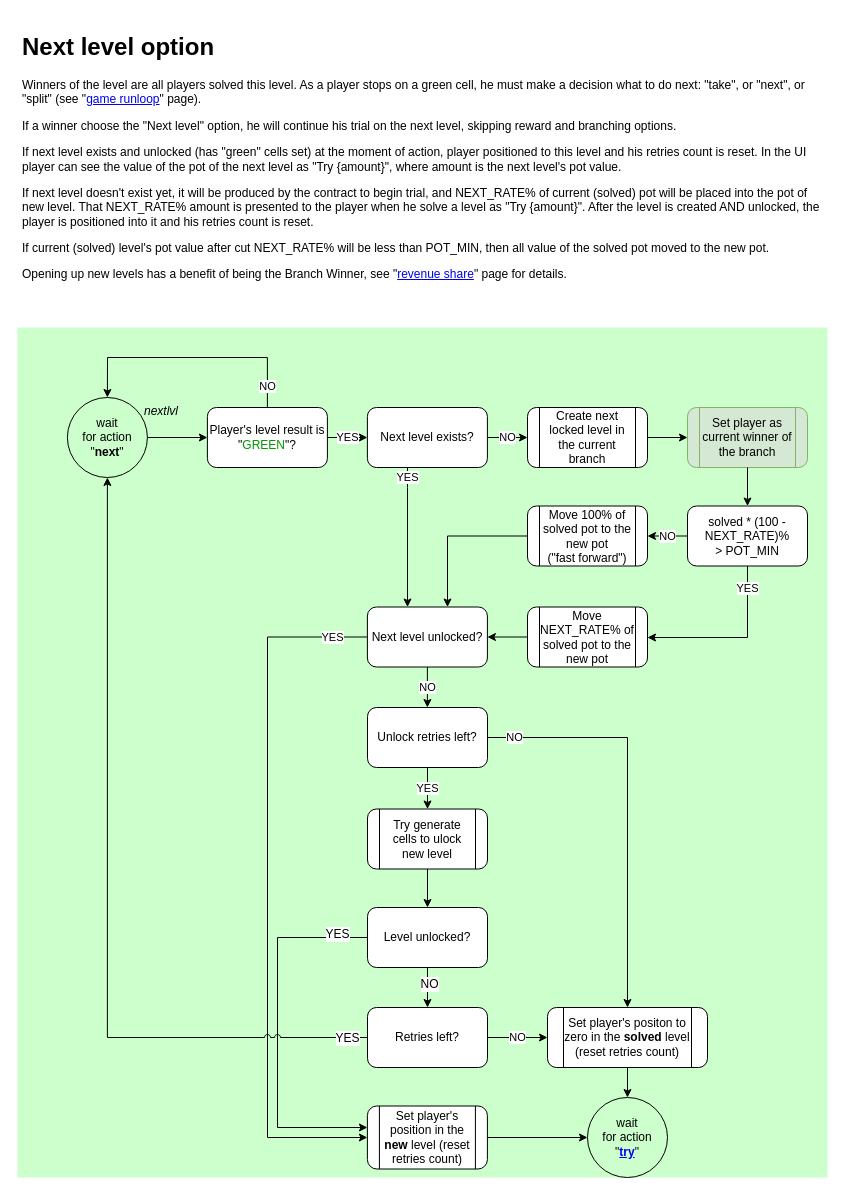
Earlier version of the draw.io diagram page "next" (8 of 14) of ia/WOFFLER IA.drawio (cptn-solo/woffler_contract). Source tidied: cells renumbered, new cells numbered last; positions are measured from the earlier drawing's top-left corner, leaving out a move shared by most shapes. Both pictures are drawn from the tidied source at 100%, with x=0, y=0 at pixel (17, 27).
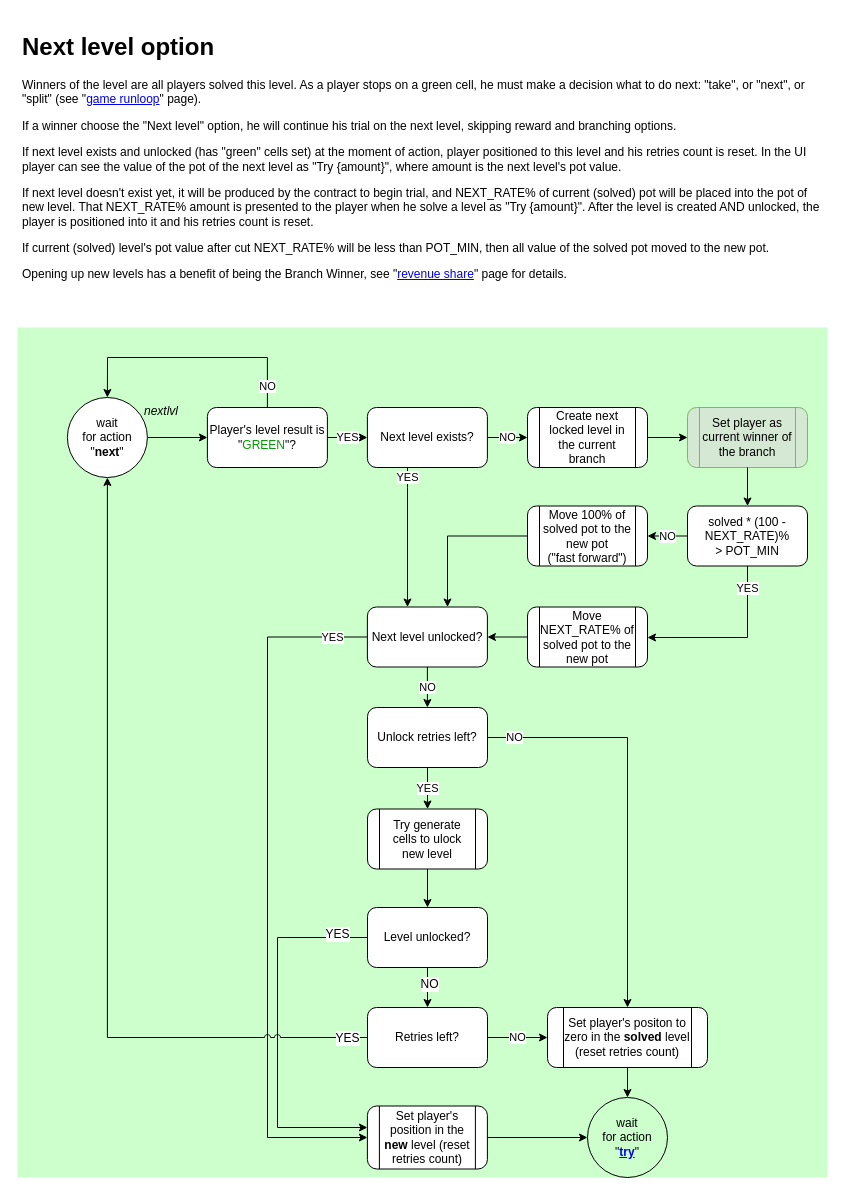
The same diagram, later.

Commit message (it also covers changes not shown here):
#40 `Split` action (`splitlvl`): IA mostly, trying to simplify as much as possible;

Diff of the diagram source:
```diff
@@
-    <mxCell id="25" value="wait &lt;br&gt;for action &quot;&lt;b&gt;next&lt;/b&gt;&quot;" style="ellipse;whiteSpace=wrap;html=1;rounded=1;shadow=0;glass=0;strokeColor=#000000;fillColor=none;align=center;" parent="3" vertex="1">
+    <mxCell id="25" value="wait &lt;br&gt;for action &quot;&lt;b&gt;next&lt;/b&gt;&quot;" style="ellipse;whiteSpace=wrap;html=1;rounded=1;shadow=0;glass=0;align=center;" parent="3" vertex="1">
       <mxGeometry x="49.9" y="370" width="80" height="80" as="geometry" />
     </mxCell>
```
